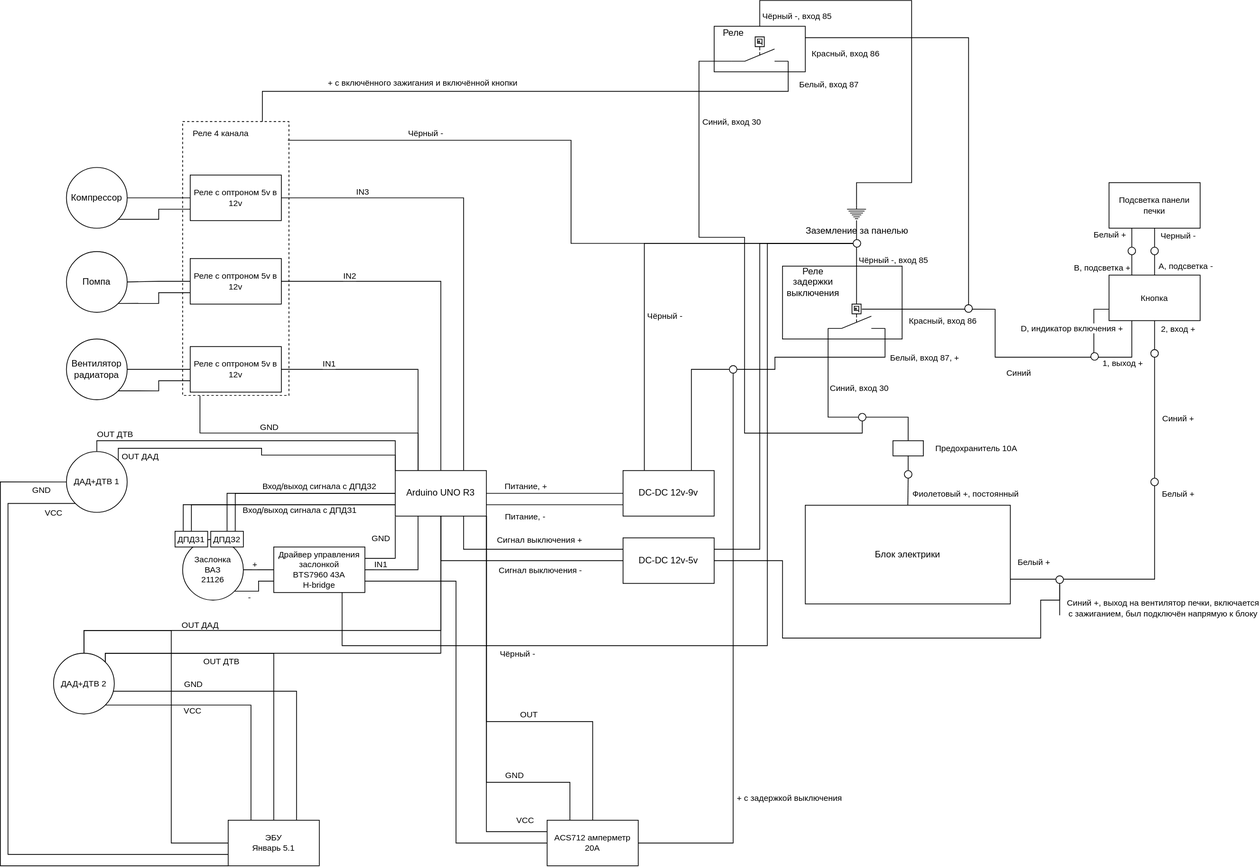
The draw.io diagram electrical_scheme.drawio.svg in kak-tus/compressor, before a commit. Source tidied: cells renumbered, new cells last; positions are measured from the earlier drawing's top-left corner, leaving out a move shared by most shapes.
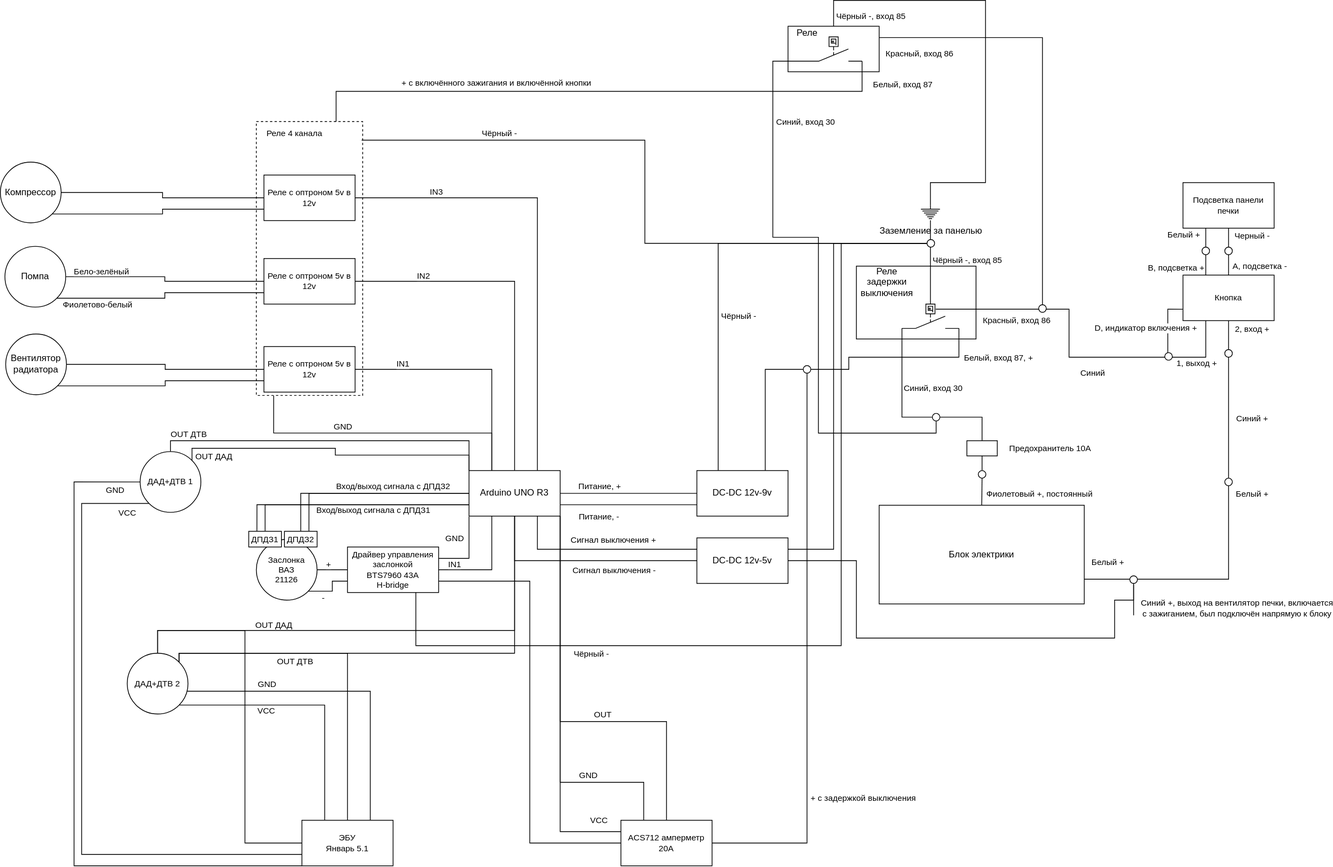
Above is the later version.

Change to the diagram source:
```diff
@@ -215,16 +215,16 @@
       <mxGeometry x="1130" y="544" width="10" height="10" as="geometry" />
     </mxCell>
     <mxCell id="52" value="Компрессор" style="ellipse;whiteSpace=wrap;html=1;" parent="1" vertex="1">
-      <mxGeometry x="87" y="220" width="80" height="80" as="geometry" />
+      <mxGeometry x="-97" y="213" width="80" height="80" as="geometry" />
     </mxCell>
     <mxCell id="53" style="edgeStyle=orthogonalEdgeStyle;shape=connector;rounded=0;jettySize=auto;html=1;exitX=1;exitY=0.5;exitDx=0;exitDy=0;entryX=0;entryY=0.5;entryDx=0;entryDy=0;labelBackgroundColor=default;strokeColor=default;fontFamily=Helvetica;fontSize=11;fontColor=default;endArrow=none;endFill=0;" parent="1" edge="1" source="54" target="98">
       <mxGeometry relative="1" as="geometry" />
     </mxCell>
     <mxCell id="54" value="Вентилятор&lt;br&gt;радиатора" style="ellipse;whiteSpace=wrap;html=1;" parent="1" vertex="1">
-      <mxGeometry x="87" y="446" width="80" height="80" as="geometry" />
+      <mxGeometry x="-90" y="439.4" width="80" height="80" as="geometry" />
     </mxCell>
     <mxCell id="55" value="Помпа" style="ellipse;whiteSpace=wrap;html=1;" parent="1" vertex="1">
-      <mxGeometry x="87" y="330.8" width="80" height="80" as="geometry" />
+      <mxGeometry x="-91" y="324" width="80" height="80" as="geometry" />
     </mxCell>
     <mxCell id="56" style="edgeStyle=orthogonalEdgeStyle;shape=connector;rounded=0;jettySize=auto;html=1;exitX=0.5;exitY=0;exitDx=0;exitDy=0;entryX=1;entryY=0.5;entryDx=0;entryDy=0;labelBackgroundColor=default;strokeColor=default;fontFamily=Helvetica;fontSize=11;fontColor=default;endArrow=none;endFill=0;" parent="1" edge="1" source="81" target="101">
       <mxGeometry relative="1" as="geometry" />
@@ -431,9 +431,19 @@
     <mxCell id="99" style="edgeStyle=orthogonalEdgeStyle;shape=connector;rounded=0;jettySize=auto;html=1;exitX=0;exitY=0.5;exitDx=0;exitDy=0;entryX=1;entryY=0.5;entryDx=0;entryDy=0;labelBackgroundColor=default;strokeColor=default;fontFamily=Helvetica;fontSize=11;fontColor=default;endArrow=none;endFill=0;" parent="1" edge="1" source="101" target="55">
       <mxGeometry relative="1" as="geometry" />
     </mxCell>
+    <mxCell id="155" value="Бело-зелёный" style="edgeLabel;html=1;align=center;verticalAlign=middle;" parent="99" vertex="1">
+      <mxGeometry x="0.81" y="-2" relative="1" as="geometry">
+        <mxPoint x="21" y="-6" as="offset" />
+      </mxGeometry>
+    </mxCell>
     <mxCell id="100" style="edgeStyle=orthogonalEdgeStyle;shape=connector;rounded=0;jettySize=auto;html=1;exitX=0;exitY=0.75;exitDx=0;exitDy=0;entryX=1;entryY=1;entryDx=0;entryDy=0;labelBackgroundColor=default;strokeColor=default;fontFamily=Helvetica;fontSize=11;fontColor=default;endArrow=none;endFill=0;" parent="1" edge="1" source="101" target="55">
       <mxGeometry relative="1" as="geometry" />
     </mxCell>
+    <mxCell id="156" value="Фиолетово-белый" style="edgeLabel;html=1;align=center;verticalAlign=middle;" parent="100" vertex="1">
+      <mxGeometry x="0.67" relative="1" as="geometry">
+        <mxPoint x="6" y="8" as="offset" />
+      </mxGeometry>
+    </mxCell>
     <mxCell id="101" value="Реле с оптроном 5v в 12v" style="rounded=0;whiteSpace=wrap;html=1;fontFamily=Helvetica;fontSize=11;fontColor=default;" parent="1" vertex="1">
       <mxGeometry x="250" y="340" width="120" height="60" as="geometry" />
     </mxCell>
```
